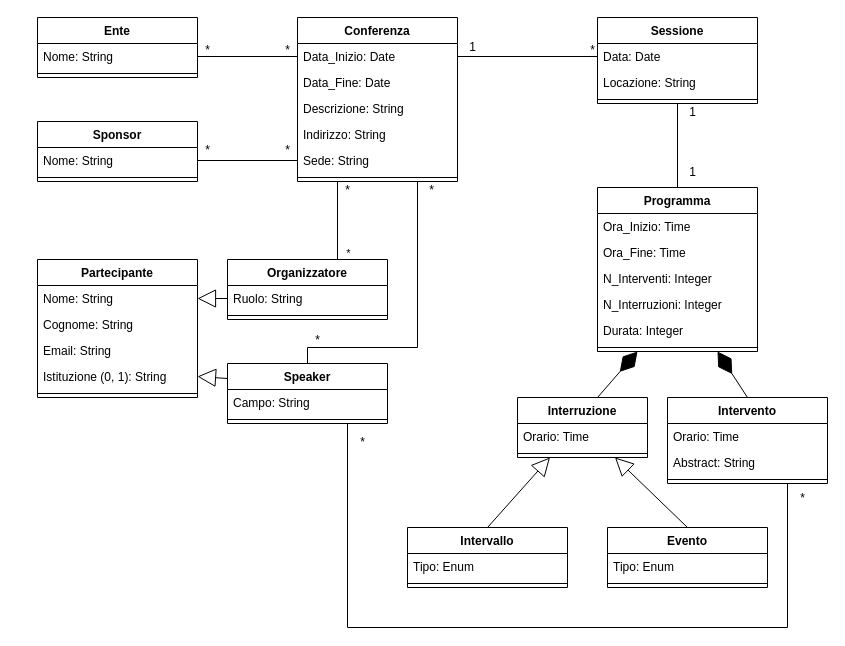
Above: page "DiagrammaNonRistrutturato" (2 of 3) of UML-DB/Conferenze.drawio in LeoCucurachi/GestioneConferenze (draw.io), before the change. Source tidied: cells renumbered, new cells numbered last; positions are measured from the earlier drawing's top-left corner, leaving out a move shared by most shapes. Both pictures are drawn from the tidied source at 100%, with x=0, y=0 at pixel (37, 17).
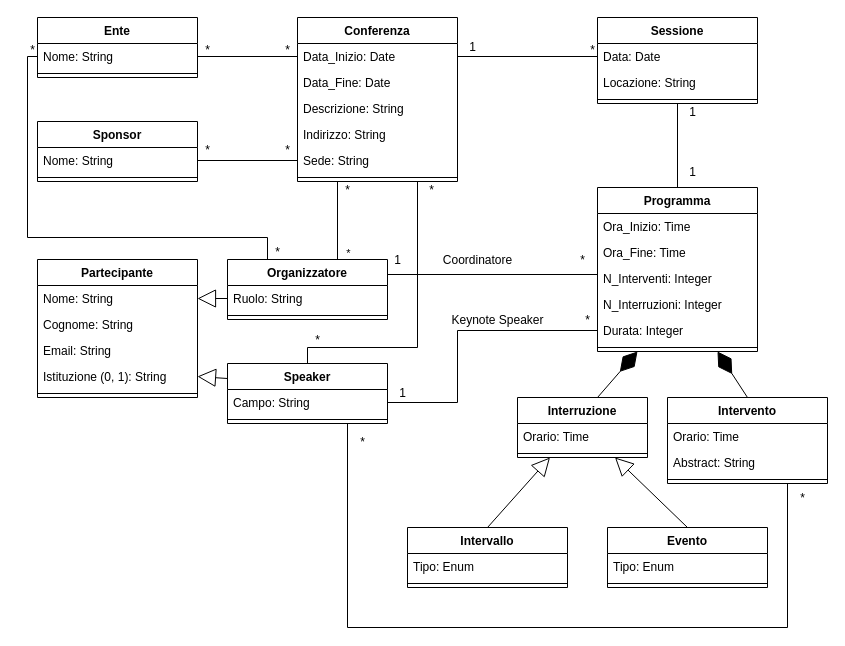
Above is the later version.

The change refers to these unchanged cells:
```xml
<mxCell id="10" value="Nome: String" style="text;strokeColor=none;fillColor=none;align=left;verticalAlign=top;spacingLeft=4;spacingRight=4;overflow=hidden;points=[[0,0.5],[1,0.5]];portConstraint=eastwest;whiteSpace=wrap;html=1;" parent="9" vertex="1">
  <mxGeometry y="26" width="160" height="26" as="geometry" />
</mxCell>
<mxCell id="23" value="Campo: String" style="text;strokeColor=none;fillColor=none;align=left;verticalAlign=top;spacingLeft=4;spacingRight=4;overflow=hidden;points=[[0,0.5],[1,0.5]];portConstraint=eastwest;whiteSpace=wrap;html=1;" parent="22" vertex="1">
  <mxGeometry y="26" width="160" height="26" as="geometry" />
</mxCell>
<mxCell id="27" value="Organizzatore" style="swimlane;fontStyle=1;align=center;verticalAlign=top;horizontal=1;startSize=26;whiteSpace=wrap;html=1;" parent="1" vertex="1">
  <mxGeometry x="190" y="242" width="160" height="60" as="geometry" />
</mxCell>
<mxCell id="38" value="N_Interventi: Integer" style="text;strokeColor=none;fillColor=none;align=left;verticalAlign=top;spacingLeft=4;spacingRight=4;overflow=hidden;points=[[0,0.5],[1,0.5]];portConstraint=eastwest;whiteSpace=wrap;html=1;" parent="35" vertex="1">
  <mxGeometry y="78" width="160" height="26" as="geometry" />
</mxCell>
<mxCell id="40" value="Durata: Integer" style="text;strokeColor=none;fillColor=none;align=left;verticalAlign=top;spacingLeft=4;spacingRight=4;overflow=hidden;points=[[0,0.5],[1,0.5]];portConstraint=eastwest;whiteSpace=wrap;html=1;" parent="35" vertex="1">
  <mxGeometry y="130" width="160" height="26" as="geometry" />
</mxCell>
```

Change to the diagram source:
```diff
@@
+    <mxCell id="78" style="edgeStyle=orthogonalEdgeStyle;rounded=0;jettySize=auto;html=1;exitX=0;exitY=0.5;exitDx=0;exitDy=0;entryX=1;entryY=0.5;entryDx=0;entryDy=0;endArrow=none;endFill=0;" parent="1" edge="1" source="40" target="23">
+      <mxGeometry relative="1" as="geometry">
+        <Array as="points">
+          <mxPoint x="420" y="313" />
+          <mxPoint x="420" y="385" />
+        </Array>
+      </mxGeometry>
+    </mxCell>
+    <mxCell id="79" style="edgeStyle=orthogonalEdgeStyle;rounded=0;jettySize=auto;html=1;exitX=0;exitY=0.5;exitDx=0;exitDy=0;entryX=1;entryY=0.25;entryDx=0;entryDy=0;endArrow=none;endFill=0;" parent="1" edge="1" source="38" target="27">
+      <mxGeometry relative="1" as="geometry">
+        <Array as="points">
+          <mxPoint x="560" y="257" />
+        </Array>
+      </mxGeometry>
+    </mxCell>
+    <mxCell id="80" value="*" style="text;html=1;align=center;verticalAlign=middle;strokeColor=none;fillColor=none;" parent="1" vertex="1">
+      <mxGeometry x="535" y="288" width="30" height="30" as="geometry" />
+    </mxCell>
+    <mxCell id="81" value="1" style="text;html=1;align=center;verticalAlign=middle;strokeColor=none;fillColor=none;" parent="1" vertex="1">
+      <mxGeometry x="350" y="361" width="30" height="30" as="geometry" />
+    </mxCell>
+    <mxCell id="82" value="Keynote Speaker" style="text;html=1;align=center;verticalAlign=middle;strokeColor=none;fillColor=none;" parent="1" vertex="1">
+      <mxGeometry x="400" y="288" width="120" height="30" as="geometry" />
+    </mxCell>
+    <mxCell id="83" value="Coordinatore" style="text;html=1;align=center;verticalAlign=middle;strokeColor=none;fillColor=none;" parent="1" vertex="1">
+      <mxGeometry x="395" y="228" width="90" height="30" as="geometry" />
+    </mxCell>
+    <mxCell id="84" value="1" style="text;html=1;align=center;verticalAlign=middle;strokeColor=none;fillColor=none;" parent="1" vertex="1">
+      <mxGeometry x="345" y="228" width="30" height="30" as="geometry" />
+    </mxCell>
+    <mxCell id="85" value="*" style="text;html=1;align=center;verticalAlign=middle;strokeColor=none;fillColor=none;" parent="1" vertex="1">
+      <mxGeometry x="530" y="228" width="30" height="30" as="geometry" />
+    </mxCell>
+    <mxCell id="86" style="edgeStyle=orthogonalEdgeStyle;rounded=0;jettySize=auto;html=1;exitX=0;exitY=0.5;exitDx=0;exitDy=0;entryX=0.25;entryY=0;entryDx=0;entryDy=0;endArrow=none;endFill=0;" parent="1" edge="1" source="10" target="27">
+      <mxGeometry relative="1" as="geometry">
+        <Array as="points">
+          <mxPoint x="-10" y="39" />
+          <mxPoint x="-10" y="220" />
+          <mxPoint x="230" y="220" />
+        </Array>
+      </mxGeometry>
+    </mxCell>
+    <mxCell id="87" value="*" style="text;html=1;align=center;verticalAlign=middle;strokeColor=none;fillColor=none;" parent="1" vertex="1">
+      <mxGeometry x="-20" y="18" width="30" height="30" as="geometry" />
+    </mxCell>
+    <mxCell id="88" value="*" style="text;html=1;align=center;verticalAlign=middle;strokeColor=none;fillColor=none;" parent="1" vertex="1">
+      <mxGeometry x="225" y="220" width="30" height="30" as="geometry" />
+    </mxCell>
```
